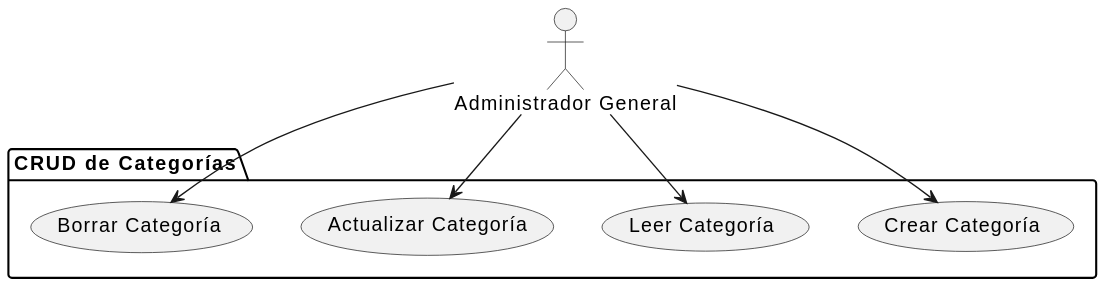
Before: docs/casosDeUso/diagramaCasosDeUso/administradorGeneral/manejoCategorias/manejoCategorias.svg, a diagram exported from PlantUML (mmasias/24-25-IdSw1-SDR). Its diagram source:
```plantuml
@startuml
actor "Administrador General" as AdminGeneral

package "CRUD de Categorías" {
    usecase "Crear Categoría" as CC1
    usecase "Leer Categoría" as CC2
    usecase "Actualizar Categoría" as CC3
    usecase "Borrar Categoría" as CC4
}

AdminGeneral -down-> CC1
AdminGeneral -down-> CC2
AdminGeneral -down-> CC3
AdminGeneral -down-> CC4
@enduml
```
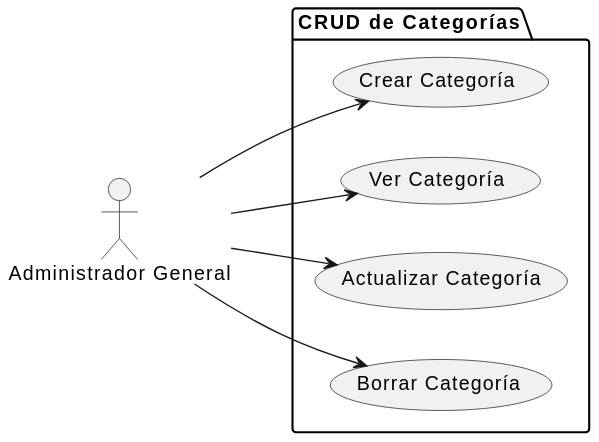
The same diagram one commit later.

Change to the diagram source:
```diff
@@ -1,15 +1,16 @@
 @startuml
+left to right direction
 actor "Administrador General" as AdminGeneral
 
 package "CRUD de Categorías" {
     usecase "Crear Categoría" as CC1
-    usecase "Leer Categoría" as CC2
+    usecase "Ver Categoría" as CC2
     usecase "Actualizar Categoría" as CC3
     usecase "Borrar Categoría" as CC4
 }
 
-AdminGeneral -down-> CC1
-AdminGeneral -down-> CC2
-AdminGeneral -down-> CC3
-AdminGeneral -down-> CC4
+AdminGeneral --> CC1
+AdminGeneral --> CC2
+AdminGeneral --> CC3
+AdminGeneral --> CC4
 @enduml
```
